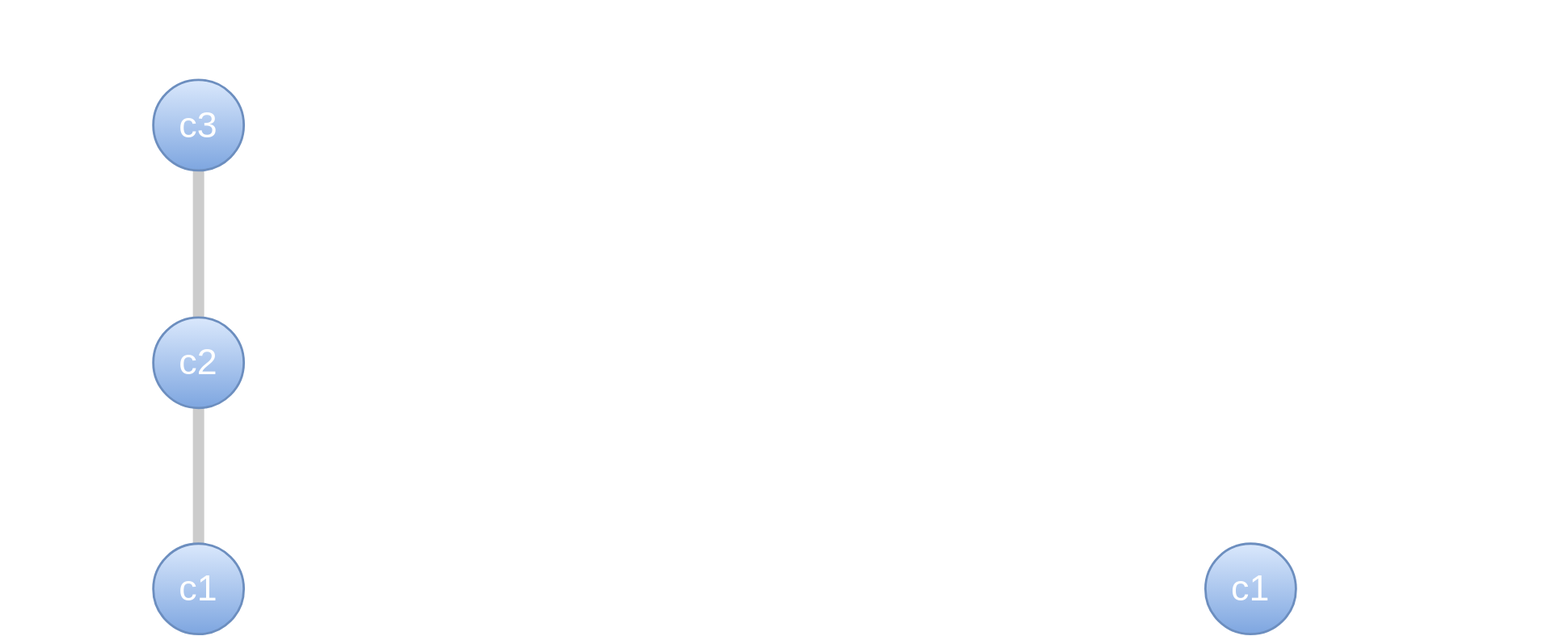
The draw.io diagram public/local-vs-remote-push.svg in BMW-lab-MSU/git-tutorial, before a commit. Source tidied: cells renumbered, new cells last; positions are measured from the earlier drawing's top-left corner, leaving out a move shared by most shapes.
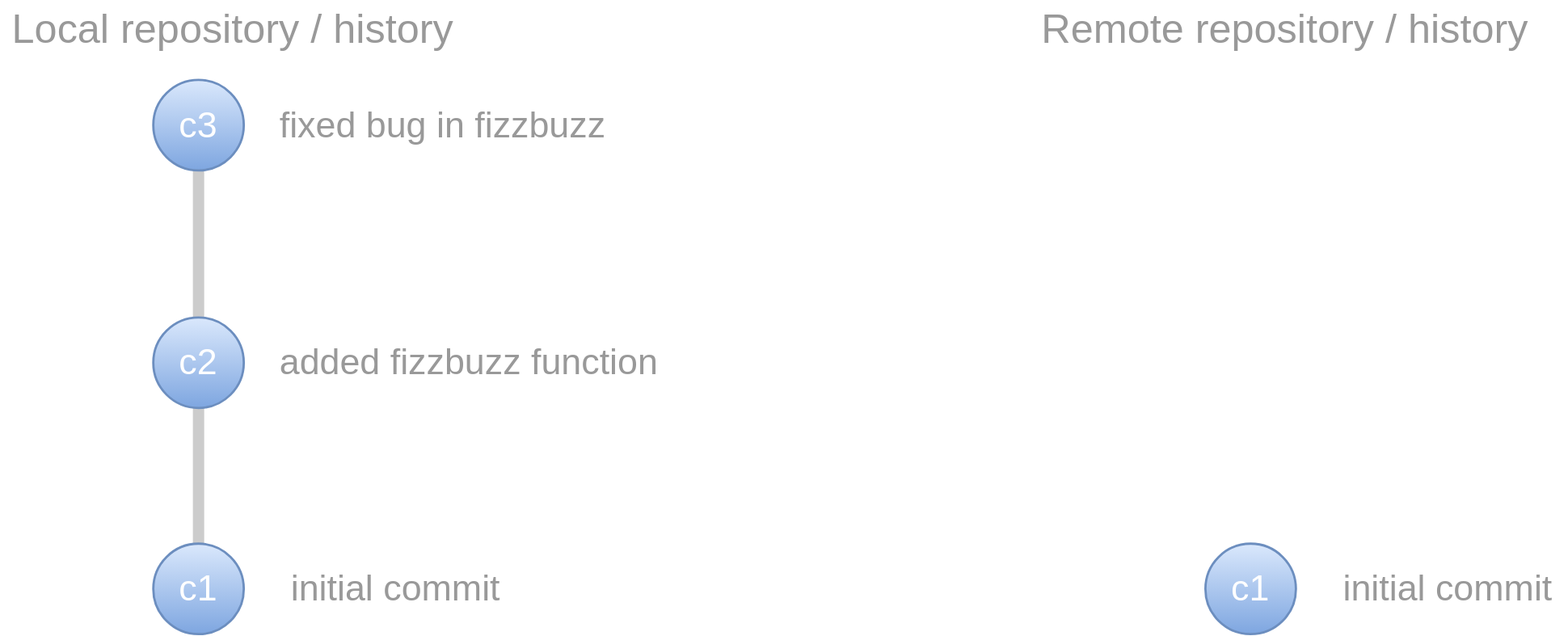
Above is the later version.

The edit, as a diff of the source:
```diff
@@ -14,33 +14,33 @@
     <mxCell id="5" value="c2" style="ellipse;whiteSpace=wrap;html=1;fillColor=#dae8fc;strokeColor=#6c8ebf;strokeWidth=2;fontSize=32;fontColor=#FFFFFF;gradientColor=#7ea6e0;" parent="1" vertex="1">
       <mxGeometry x="135" y="280" width="80" height="80" as="geometry" />
     </mxCell>
-    <mxCell id="6" value="initial commit" style="text;html=1;align=left;verticalAlign=middle;strokeColor=none;fillColor=none;fontSize=32;fontColor=#FFFFFF;" parent="1" vertex="1">
+    <mxCell id="6" value="initial commit" style="text;html=1;align=left;verticalAlign=middle;strokeColor=none;fillColor=none;fontSize=32;fontColor=#999999;" parent="1" vertex="1">
       <mxGeometry x="255" y="500" width="200" height="40" as="geometry" />
     </mxCell>
-    <mxCell id="7" value="added fizbuzz function" style="text;html=1;align=left;verticalAlign=middle;strokeColor=none;fillColor=none;fontSize=32;fontColor=#FFFFFF;" parent="1" vertex="1">
-      <mxGeometry x="245" y="300" width="330" height="40" as="geometry" />
+    <mxCell id="7" value="added fizzbuzz function" style="text;html=1;align=left;verticalAlign=middle;strokeColor=none;fillColor=none;fontSize=32;fontColor=#999999;" parent="1" vertex="1">
+      <mxGeometry x="245" y="300" width="350" height="40" as="geometry" />
     </mxCell>
     <mxCell id="8" value="c3" style="ellipse;whiteSpace=wrap;html=1;fillColor=#dae8fc;strokeColor=#6c8ebf;strokeWidth=2;fontSize=32;gradientColor=#7ea6e0;fontColor=#FFFFFF;" parent="1" vertex="1">
       <mxGeometry x="135" y="70" width="80" height="80" as="geometry" />
     </mxCell>
-    <mxCell id="9" value="fixed bug in fizzbuzz" style="text;html=1;align=left;verticalAlign=middle;strokeColor=none;fillColor=none;fontSize=32;fontColor=#FFFFFF;" parent="1" vertex="1">
+    <mxCell id="9" value="fixed bug in fizzbuzz" style="text;html=1;align=left;verticalAlign=middle;strokeColor=none;fillColor=none;fontSize=32;fontColor=#999999;" parent="1" vertex="1">
       <mxGeometry x="245" y="90" width="300" height="40" as="geometry" />
     </mxCell>
-    <mxCell id="10" value="Local repository / history" style="text;html=1;align=center;verticalAlign=middle;strokeColor=none;fillColor=none;fontColor=#FFFFFF;fontSize=36;" parent="1" vertex="1">
+    <mxCell id="10" value="Local repository / history" style="text;html=1;align=center;verticalAlign=middle;strokeColor=none;fillColor=none;fontColor=#999999;fontSize=36;" parent="1" vertex="1">
       <mxGeometry width="410" height="50" as="geometry" />
     </mxCell>
     <mxCell id="11" value="c1" style="ellipse;whiteSpace=wrap;html=1;fillColor=#dae8fc;strokeColor=#6c8ebf;strokeWidth=2;fontSize=32;fontColor=#FFFFFF;gradientColor=#7ea6e0;" parent="1" vertex="1">
       <mxGeometry x="1065" y="480" width="80" height="80" as="geometry" />
     </mxCell>
-    <mxCell id="12" style="edgeStyle=orthogonalEdgeStyle;rounded=1;jettySize=auto;html=1;exitX=0.5;exitY=0;exitDx=0;exitDy=0;fontSize=32;strokeColor=#CCCCCC;strokeWidth=10;endArrow=none;endFill=0;" parent="1" edge="1" source="x">
+    <mxCell id="12" style="edgeStyle=orthogonalEdgeStyle;rounded=1;orthogonalLoop=1;jettySize=auto;html=1;exitX=0.5;exitY=0;exitDx=0;exitDy=0;fontSize=32;strokeColor=#CCCCCC;strokeWidth=10;endArrow=none;endFill=0;" parent="1" edge="1">
       <mxGeometry relative="1" as="geometry">
         <mxPoint x="1105" y="150" as="targetPoint" />
       </mxGeometry>
     </mxCell>
-    <mxCell id="13" value="initial commit" style="text;html=1;align=left;verticalAlign=middle;strokeColor=none;fillColor=none;fontSize=32;fontColor=#FFFFFF;" parent="1" vertex="1">
+    <mxCell id="13" value="initial commit" style="text;html=1;align=left;verticalAlign=middle;strokeColor=none;fillColor=none;fontSize=32;fontColor=#999999;" parent="1" vertex="1">
       <mxGeometry x="1185" y="500" width="200" height="40" as="geometry" />
     </mxCell>
-    <mxCell id="14" value="Remote repository / history" style="text;html=1;align=center;verticalAlign=middle;strokeColor=none;fillColor=none;fontColor=#FFFFFF;fontSize=36;" parent="1" vertex="1">
+    <mxCell id="14" value="Remote repository / history" style="text;html=1;align=center;verticalAlign=middle;strokeColor=none;fillColor=none;fontColor=#999999;fontSize=36;" parent="1" vertex="1">
       <mxGeometry x="910" width="450" height="50" as="geometry" />
     </mxCell>
   </root>
```
